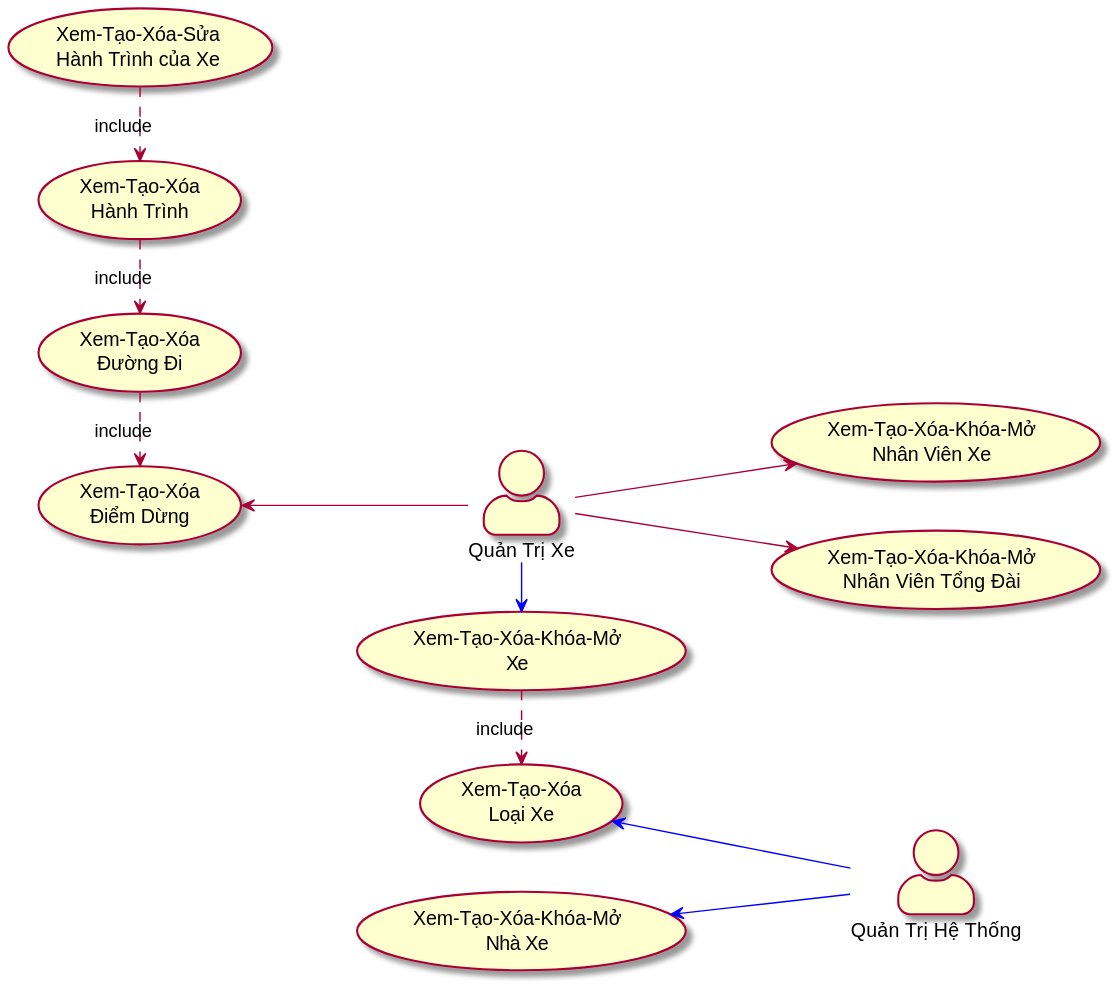
Above: Documents/working/Giap/usecases_and_flow_charts/sys_admin_usecases.svg in tungdduy/funixCP (PlantUML), before the change.
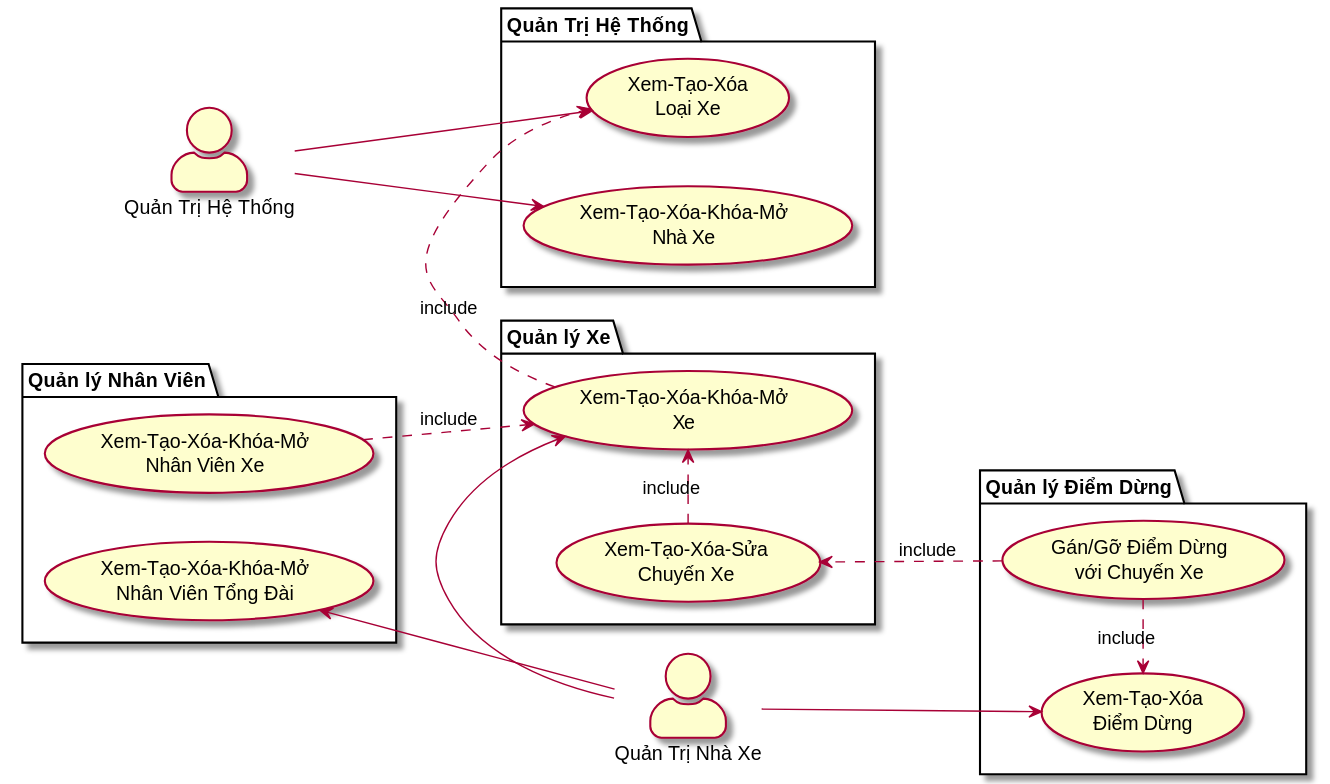
The same file after the commit.

Diff of the diagram source:
```diff
@@ -3,31 +3,41 @@
 skinparam actorStyle awesome
 
 :Quản Trị Hệ Thống: as sa
-(Xem-Tạo-Xóa-Khóa-Mở\nNhà Xe) as (buss_operation)
-(Xem-Tạo-Xóa\nLoại Xe) as (buss_type)
+:Quản Trị Nhà Xe: as ba
 
-sa -up-> (buss_operation)#blue
-sa -up-> (buss_type)#blue
+package "Quản Trị Hệ Thống" {
+	(Xem-Tạo-Xóa-Khóa-Mở\nNhà Xe) as (buss_operation)
+	(Xem-Tạo-Xóa\nLoại Xe) as (buss_type)
+}
 
-:Quản Trị Xe: as ba
-(Xem-Tạo-Xóa\nHành Trình) as (trip)
-(Xem-Tạo-Xóa\nĐiểm Dừng) as (buss_stop)
-(Xem-Tạo-Xóa\nĐường Đi) as (path)
-(Xem-Tạo-Xóa-Sửa\nHành Trình của Xe) as (buss_trip)
-(Xem-Tạo-Xóa-Khóa-Mở\nXe) as (buss)
-(Xem-Tạo-Xóa-Khóa-Mở\nNhân Viên Xe) as (buss_staff)
-(Xem-Tạo-Xóa-Khóa-Mở\nNhân Viên Tổng Đài) as (caller_staff)
+package "Quản lý Xe" {
+	(Xem-Tạo-Xóa-Sửa\nChuyến Xe) as (buss_trip)
+	(Xem-Tạo-Xóa-Khóa-Mở\nXe) as (buss)
+}
 
-ba -right-> (buss)#blue
-(buss) .> (buss_type) : include
+package "Quản lý Điểm Dừng" {
+	(Xem-Tạo-Xóa\nĐiểm Dừng) as (buss_stop)
+	(Gán/Gỡ Điểm Dừng\nvới Chuyến Xe) as (buss_stop_trip)
+}
 
-ba --> (buss_staff)
-ba --> (caller_staff)
+package "Quản lý Nhân Viên" {
+	(Xem-Tạo-Xóa-Khóa-Mở\nNhân Viên Xe) as (buss_staff)
+	(Xem-Tạo-Xóa-Khóa-Mở\nNhân Viên Tổng Đài) as (caller_staff)
+}
+
+sa --> (buss_type)
+sa --> (buss_operation)
+
+ba -left-> (buss)
+ba -up-> (caller_staff)
+ba -down-> (buss_stop)
 
 
-ba -up-> (buss_stop)
-(buss_trip) .> (trip) : include
-(trip) .> (path) : include
-(path) .> (buss_stop) : include
+
+(buss) .> (buss_type) : include
+(buss_trip) .> (buss) : include
+(buss_staff) .> (buss) : include
+(buss_stop_trip) .> (buss_trip) : include
+(buss_stop_trip) .> (buss_stop) : include
 
 @enduml
```
